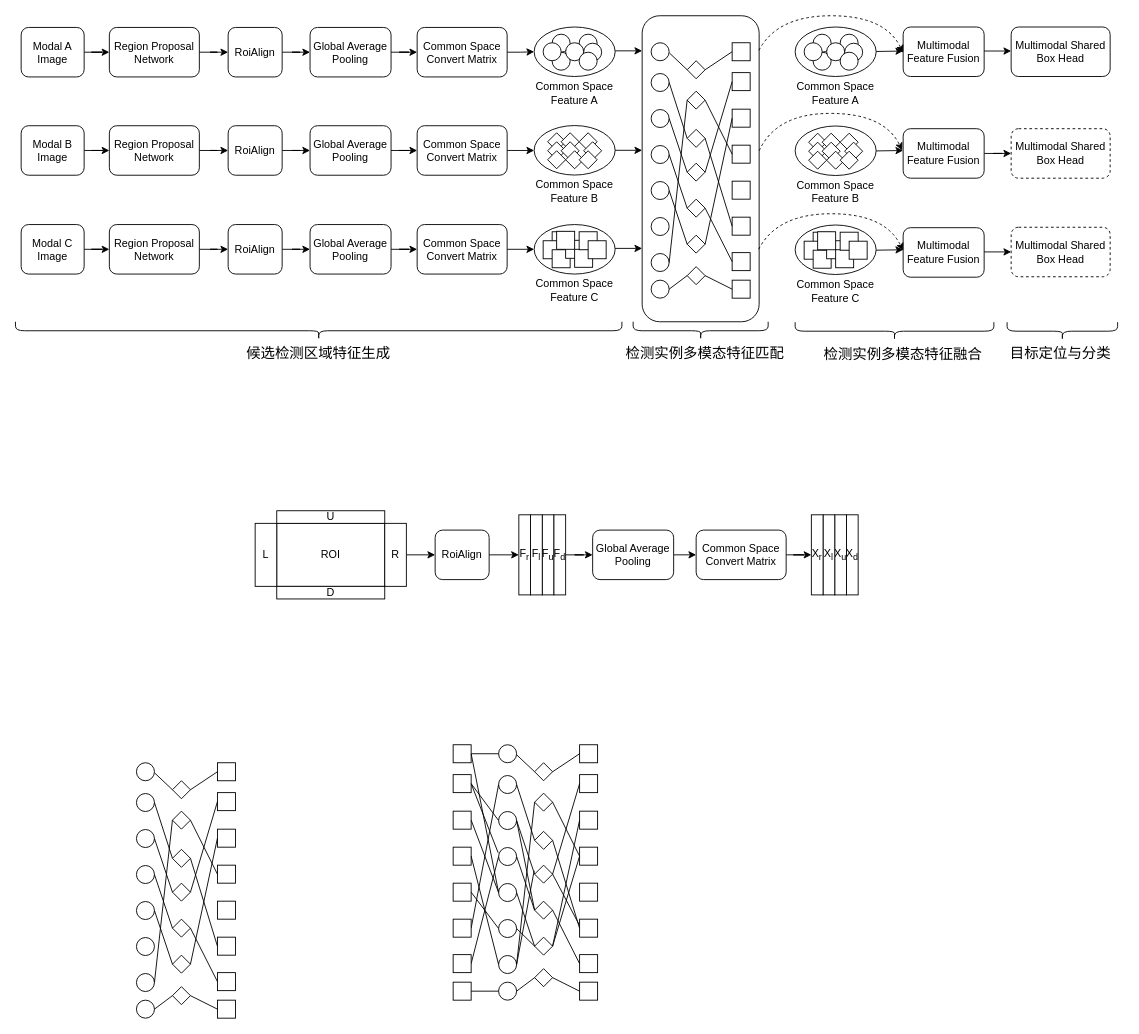
thb1314/for_draw_io keeps this draw.io diagram as 多视角多模态目标检测3模态案例.drawio. Above is the earlier version. Source tidied: cells renumbered, new cells numbered last; positions are measured from the earlier drawing's top-left corner, leaving out a move shared by most shapes. Both pictures are drawn from the tidied source at 90%, with x=0, y=0 at pixel (21, 15).
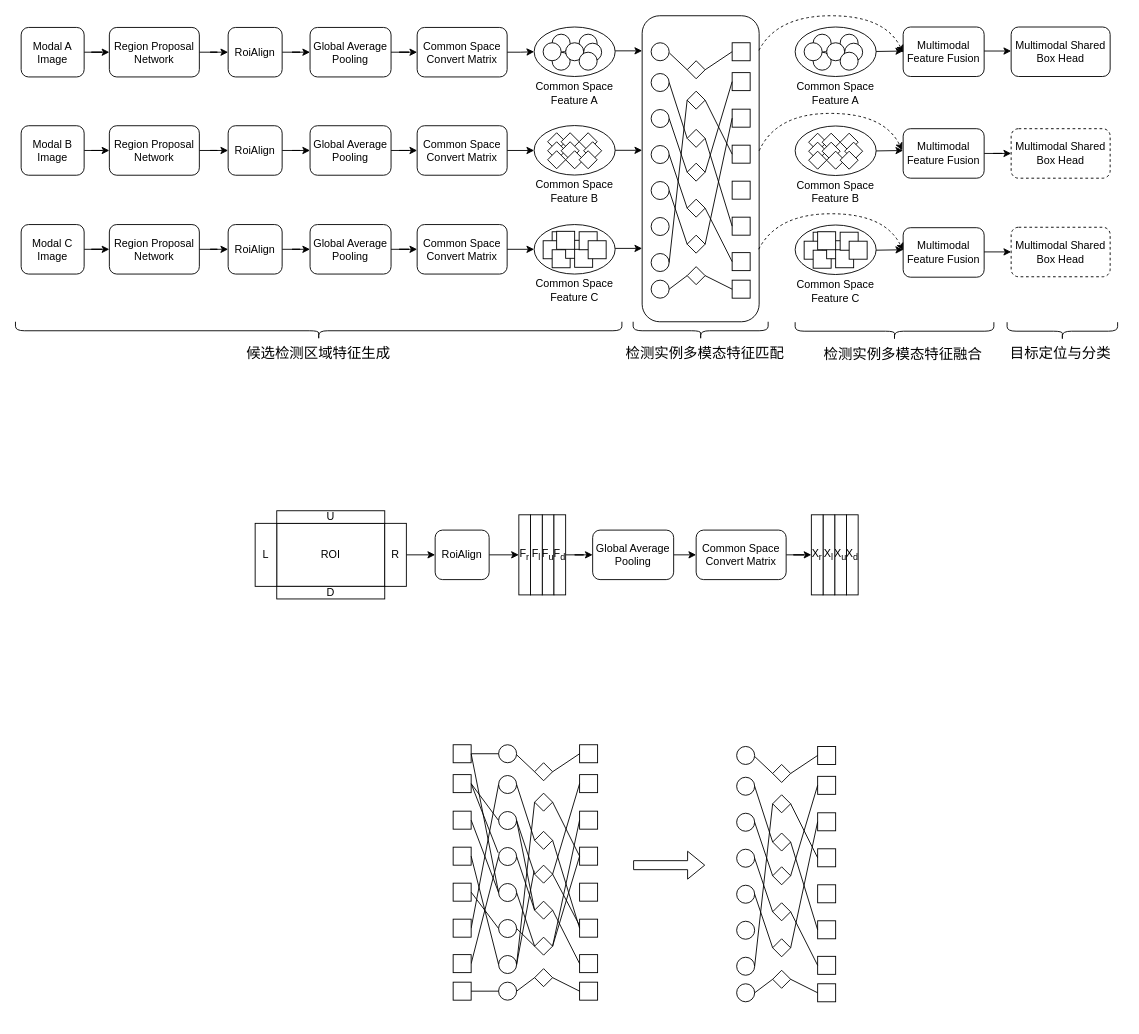
The same diagram, later.

Commit message (it also covers changes not shown here):
更新多视角多模态目标检测3模态案例.drawio

Diff of the diagram source:
```diff
@@
     <mxCell id="231" style="ellipse;whiteSpace=wrap;html=1;" parent="1" vertex="1">
-      <mxGeometry x="128.1" y="864.2" width="20" height="20" as="geometry" />
+      <mxGeometry x="795" y="846.1" width="20" height="20" as="geometry" />
     </mxCell>
     <mxCell id="232" style="ellipse;whiteSpace=wrap;html=1;" parent="1" vertex="1">
-      <mxGeometry x="128.1" y="904.2" width="20" height="20" as="geometry" />
+      <mxGeometry x="795" y="886.1" width="20" height="20" as="geometry" />
     </mxCell>
     <mxCell id="233" style="ellipse;whiteSpace=wrap;html=1;" parent="1" vertex="1">
-      <mxGeometry x="128.1" y="944.2" width="20" height="20" as="geometry" />
+      <mxGeometry x="795" y="926.1" width="20" height="20" as="geometry" />
     </mxCell>
     <mxCell id="234" style="ellipse;whiteSpace=wrap;html=1;" parent="1" vertex="1">
-      <mxGeometry x="128.1" y="984.2" width="20" height="20" as="geometry" />
+      <mxGeometry x="795" y="966.1" width="20" height="20" as="geometry" />
     </mxCell>
     <mxCell id="235" style="ellipse;whiteSpace=wrap;html=1;" parent="1" vertex="1">
-      <mxGeometry x="128.1" y="1024.2" width="20" height="20" as="geometry" />
+      <mxGeometry x="795" y="1006.1" width="20" height="20" as="geometry" />
     </mxCell>
     <mxCell id="236" style="ellipse;whiteSpace=wrap;html=1;" parent="1" vertex="1">
-      <mxGeometry x="128.1" y="1064.2" width="20" height="20" as="geometry" />
+      <mxGeometry x="795" y="1046.1" width="20" height="20" as="geometry" />
     </mxCell>
     <mxCell id="237" style="rhombus;whiteSpace=wrap;html=1;" parent="1" vertex="1">
-      <mxGeometry x="168.1" y="883.8" width="20" height="20" as="geometry" />
+      <mxGeometry x="835" y="865.6" width="20" height="20" as="geometry" />
     </mxCell>
     <mxCell id="238" style="rhombus;whiteSpace=wrap;html=1;" parent="1" vertex="1">
-      <mxGeometry x="168.1" y="926.2" width="20" height="20" as="geometry" />
+      <mxGeometry x="835" y="908.1" width="20" height="20" as="geometry" />
     </mxCell>
     <mxCell id="239" style="rhombus;whiteSpace=wrap;html=1;" parent="1" vertex="1">
-      <mxGeometry x="168.1" y="963.8" width="20" height="20" as="geometry" />
+      <mxGeometry x="835" y="945.6" width="20" height="20" as="geometry" />
     </mxCell>
     <mxCell id="240" style="rhombus;whiteSpace=wrap;html=1;" parent="1" vertex="1">
-      <mxGeometry x="168.1" y="1003.8" width="20" height="20" as="geometry" />
+      <mxGeometry x="835" y="985.6" width="20" height="20" as="geometry" />
     </mxCell>
     <mxCell id="241" style="rhombus;whiteSpace=wrap;html=1;" parent="1" vertex="1">
-      <mxGeometry x="168.1" y="1043.8" width="20" height="20" as="geometry" />
+      <mxGeometry x="835" y="1025.6" width="20" height="20" as="geometry" />
     </mxCell>
     <mxCell id="242" style="whiteSpace=wrap;html=1;" parent="1" vertex="1">
-      <mxGeometry x="218.1" y="863.2" width="20" height="20" as="geometry" />
+      <mxGeometry x="885" y="845.1" width="20" height="20" as="geometry" />
     </mxCell>
     <mxCell id="243" style="whiteSpace=wrap;html=1;" parent="1" vertex="1">
-      <mxGeometry x="218.1" y="903.8" width="20" height="20" as="geometry" />
+      <mxGeometry x="885" y="885.6" width="20" height="20" as="geometry" />
     </mxCell>
     <mxCell id="244" style="whiteSpace=wrap;html=1;" parent="1" vertex="1">
-      <mxGeometry x="218.1" y="943.8" width="20" height="20" as="geometry" />
+      <mxGeometry x="885" y="925.6" width="20" height="20" as="geometry" />
     </mxCell>
     <mxCell id="245" style="whiteSpace=wrap;html=1;" parent="1" vertex="1">
-      <mxGeometry x="218.1" y="983.8" width="20" height="20" as="geometry" />
+      <mxGeometry x="885" y="965.6" width="20" height="20" as="geometry" />
     </mxCell>
     <mxCell id="246" style="whiteSpace=wrap;html=1;" parent="1" vertex="1">
-      <mxGeometry x="218.1" y="1023.8" width="20" height="20" as="geometry" />
+      <mxGeometry x="885" y="1005.6" width="20" height="20" as="geometry" />
     </mxCell>
     <mxCell id="247" style="whiteSpace=wrap;html=1;" parent="1" vertex="1">
-      <mxGeometry x="218.1" y="1063.2" width="20" height="20" as="geometry" />
+      <mxGeometry x="885" y="1045.1" width="20" height="20" as="geometry" />
     </mxCell>
@@
     <mxCell id="257" style="endArrow=none;html=1;rounded=0;exitX=1;exitY=0.5;exitDx=0;exitDy=0;entryX=0;entryY=0.5;entryDx=0;entryDy=0;" parent="1" edge="1" target="246">
       <mxGeometry relative="1" as="geometry">
-        <mxPoint x="188.1" y="936.2" as="sourcePoint" />
+        <mxPoint x="855" y="918.1" as="sourcePoint" />
       </mxGeometry>
     </mxCell>
     <mxCell id="258" style="rhombus;whiteSpace=wrap;html=1;" parent="1" vertex="1">
-      <mxGeometry x="168.1" y="850" width="20" height="20" as="geometry" />
+      <mxGeometry x="835" y="831.9" width="20" height="20" as="geometry" />
     </mxCell>
     <mxCell id="259" style="rhombus;whiteSpace=wrap;html=1;" parent="1" vertex="1">
-      <mxGeometry x="168.1" y="1078.8" width="20" height="20" as="geometry" />
+      <mxGeometry x="835" y="1060.6" width="20" height="20" as="geometry" />
     </mxCell>
     <mxCell id="260" style="ellipse;whiteSpace=wrap;html=1;" parent="1" vertex="1">
-      <mxGeometry x="128.1" y="830" width="20" height="20" as="geometry" />
+      <mxGeometry x="795" y="811.9" width="20" height="20" as="geometry" />
     </mxCell>
     <mxCell id="261" style="whiteSpace=wrap;html=1;" parent="1" vertex="1">
-      <mxGeometry x="218.1" y="830" width="20" height="20" as="geometry" />
+      <mxGeometry x="885" y="811.9" width="20" height="20" as="geometry" />
     </mxCell>
     <mxCell id="262" style="ellipse;whiteSpace=wrap;html=1;" parent="1" vertex="1">
-      <mxGeometry x="128.1" y="1093.8" width="20" height="20" as="geometry" />
+      <mxGeometry x="795" y="1075.6" width="20" height="20" as="geometry" />
     </mxCell>
     <mxCell id="263" style="whiteSpace=wrap;html=1;" parent="1" vertex="1">
-      <mxGeometry x="218.1" y="1093.8" width="20" height="20" as="geometry" />
+      <mxGeometry x="885" y="1075.6" width="20" height="20" as="geometry" />
     </mxCell>
@@
+    <mxCell id="274" style="shape=flexArrow;endArrow=classic;html=1;rounded=0;" parent="1" edge="1">
+      <mxGeometry relative="1" as="geometry">
+        <mxPoint x="680" y="943.8" as="sourcePoint" />
+        <mxPoint x="760" y="943.8" as="targetPoint" />
+      </mxGeometry>
+    </mxCell>
```
